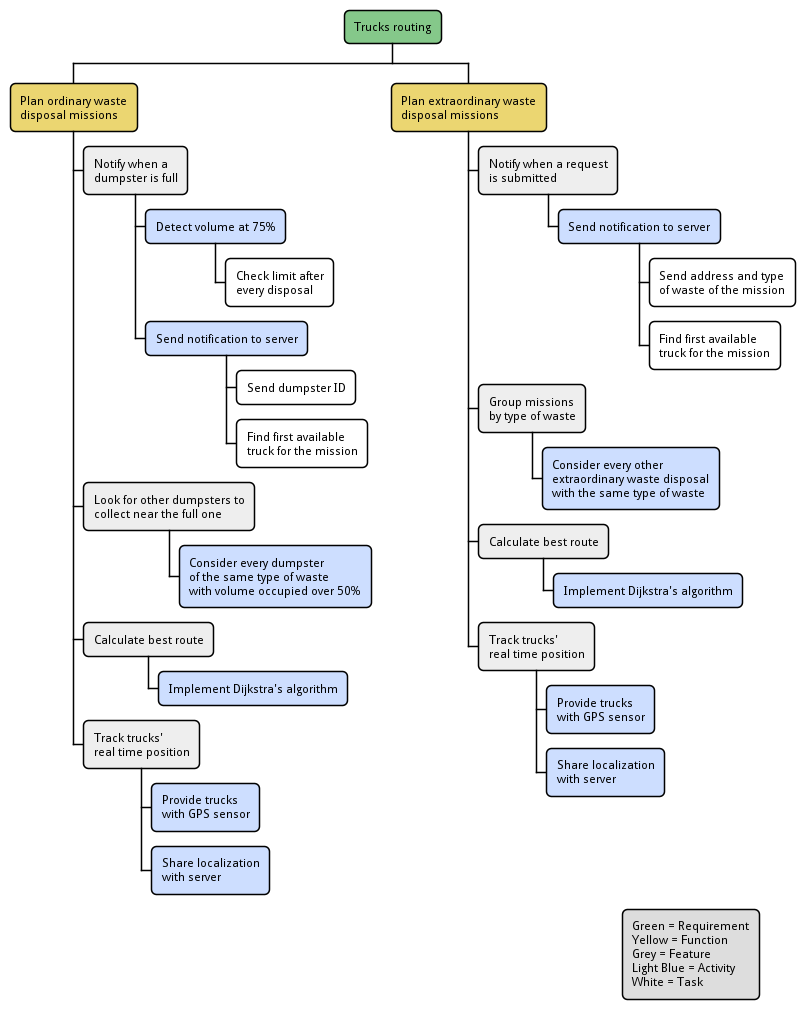
Before: uml/wbs-trucks-routing.pm.png, a diagram exported from PlantUML (SmartWasteCollection/project-management).
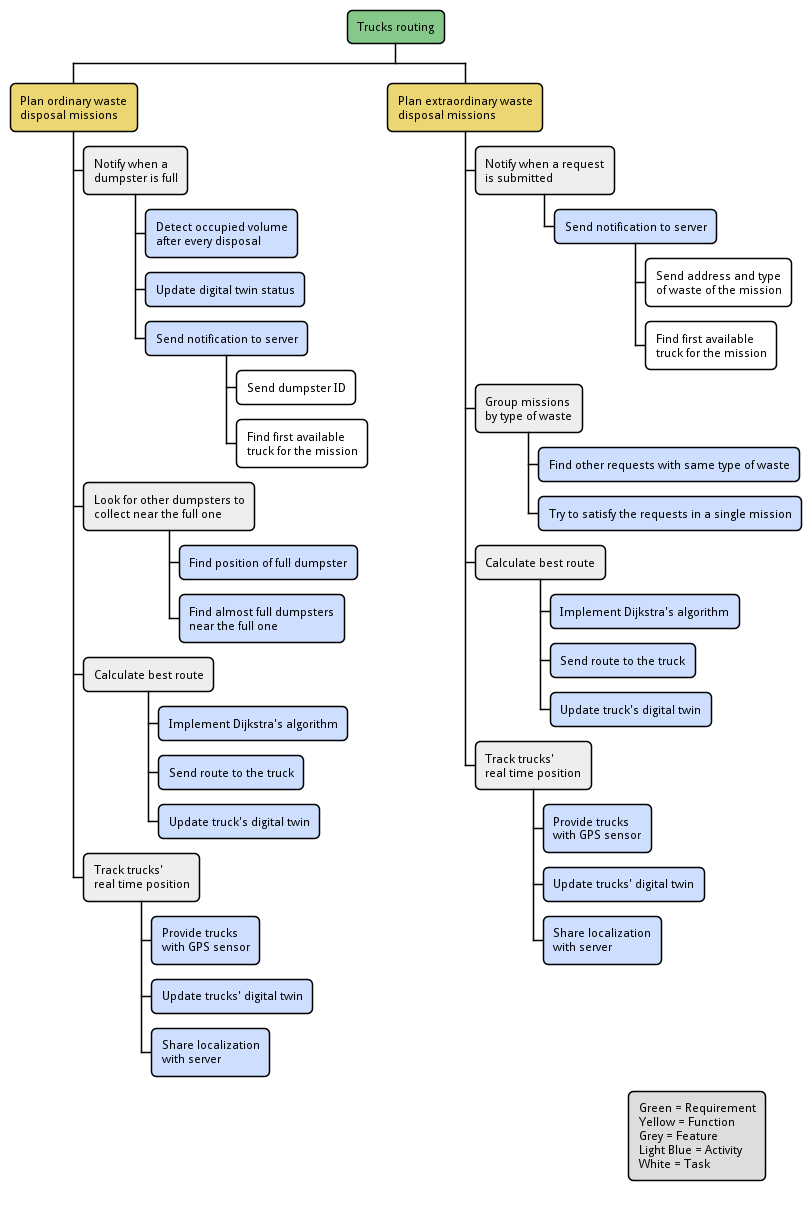
Later version of the same file.

Diff of the diagram source:
```diff
@@ -5,17 +5,21 @@
 
 function(Plan ordinary waste\ndisposal missions)
 feature(Notify when a\ndumpster is full)
-activity(Detect volume at 75%)
-task(Check limit after\nevery disposal)
+activity(Detect occupied volume\nafter every disposal)
+activity(Update digital twin status)
 activity(Send notification to server)
 task(Send dumpster ID)
 task(Find first available\ntruck for the mission)
 feature(Look for other dumpsters to\ncollect near the full one)
-activity(Consider every dumpster\nof the same type of waste\nwith volume occupied over 50%)
+activity(Find position of full dumpster)
+activity(Find almost full dumpsters\nnear the full one)
 feature(Calculate best route)
 activity(Implement Dijkstra's algorithm)
+activity(Send route to the truck)
+activity(Update truck's digital twin)
 feature(Track trucks'\nreal time position)
 activity(Provide trucks\nwith GPS sensor)
+activity(Update trucks' digital twin)
 activity(Share localization\nwith server)
 
 function(Plan extraordinary waste\ndisposal missions)
@@ -24,11 +28,15 @@
 task(Send address and type\nof waste of the mission)
 task(Find first available\ntruck for the mission)
 feature(Group missions\nby type of waste)
-activity(Consider every other\nextraordinary waste disposal\nwith the same type of waste)
+activity(Find other requests with same type of waste)
+activity(Try to satisfy the requests in a single mission)
 feature(Calculate best route)
 activity(Implement Dijkstra's algorithm)
+activity(Send route to the truck)
+activity(Update truck's digital twin)
 feature(Track trucks'\nreal time position)
 activity(Provide trucks\nwith GPS sensor)
+activity(Update trucks' digital twin)
 activity(Share localization\nwith server)
 
 @endwbs
```
